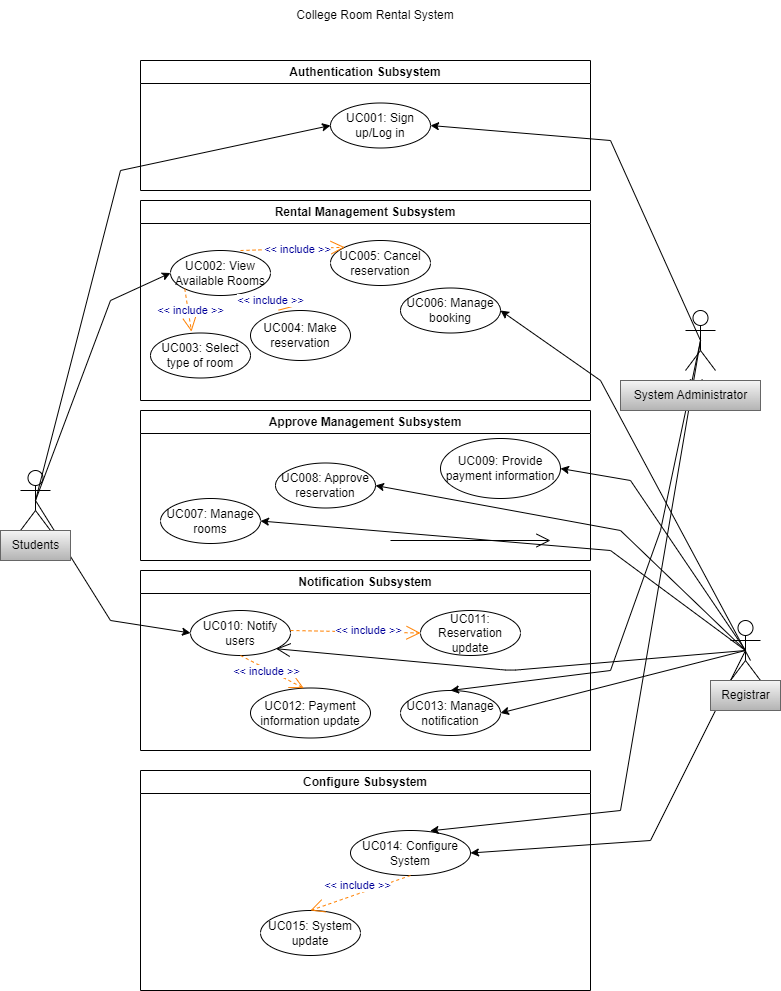
Before: project/drawio/Alpha/useCasediagram.drawio.png, a diagram exported from draw.io (drshahizan/software-engineering). Source tidied: cells renumbered, new cells last; positions are measured from the earlier drawing's top-left corner, leaving out a move shared by most shapes.
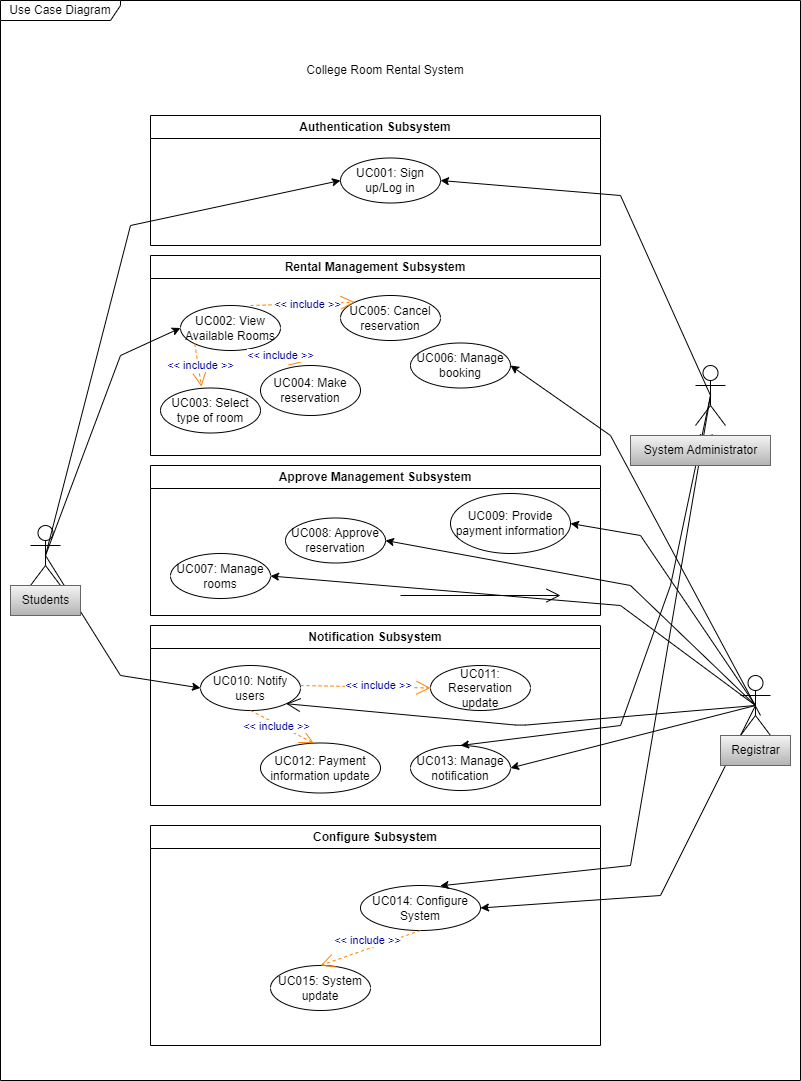
The same diagram one commit later.

Change to the diagram source:
```diff
@@ -205,5 +205,8 @@
     <mxCell id="48" value="System Administrator&lt;br&gt;" style="text;html=1;align=center;verticalAlign=middle;strokeColor=#666666;fillColor=#f5f5f5;gradientColor=#b3b3b3;" parent="1" vertex="1">
       <mxGeometry x="620" y="380" width="140" height="30" as="geometry" />
     </mxCell>
+    <mxCell id="49" value="Use Case Diagram" style="shape=umlFrame;whiteSpace=wrap;html=1;width=120;height=20;" parent="1" vertex="1">
+      <mxGeometry x="-10" y="-55" width="800" height="1080" as="geometry" />
+    </mxCell>
   </root>
 </mxGraphModel>
```
